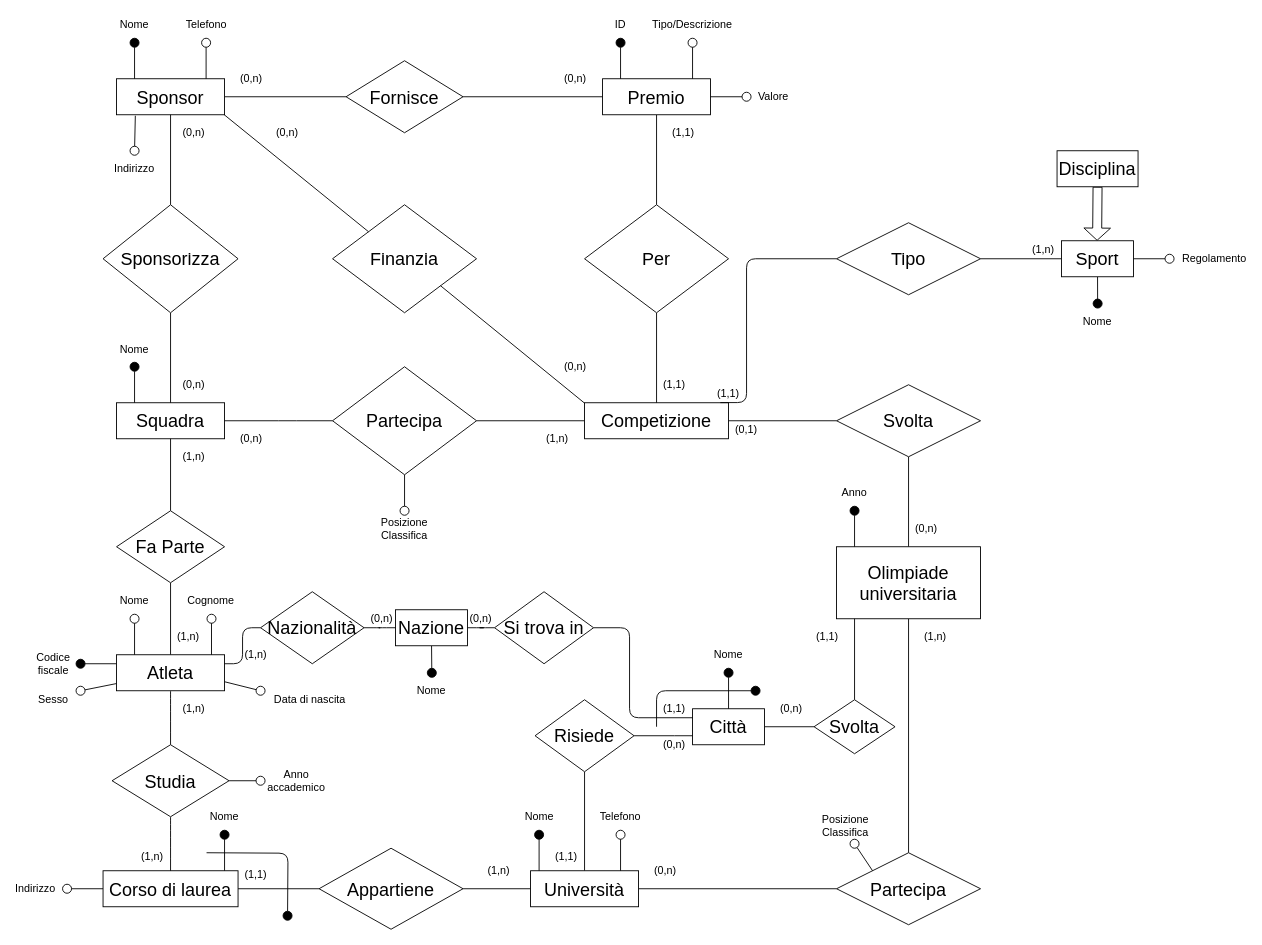
The draw.io diagram page "Schema E-R" (1 of 3) of Olimpiadi studentesche.drawio in giovannivelludo/database-project, before the edit. Source tidied: cells renumbered, new cells numbered last; positions are measured from the earlier drawing's top-left corner, leaving out a move shared by most shapes. Both pictures are drawn from the tidied source at 90%, with x=0, y=0 at pixel (17, 15).
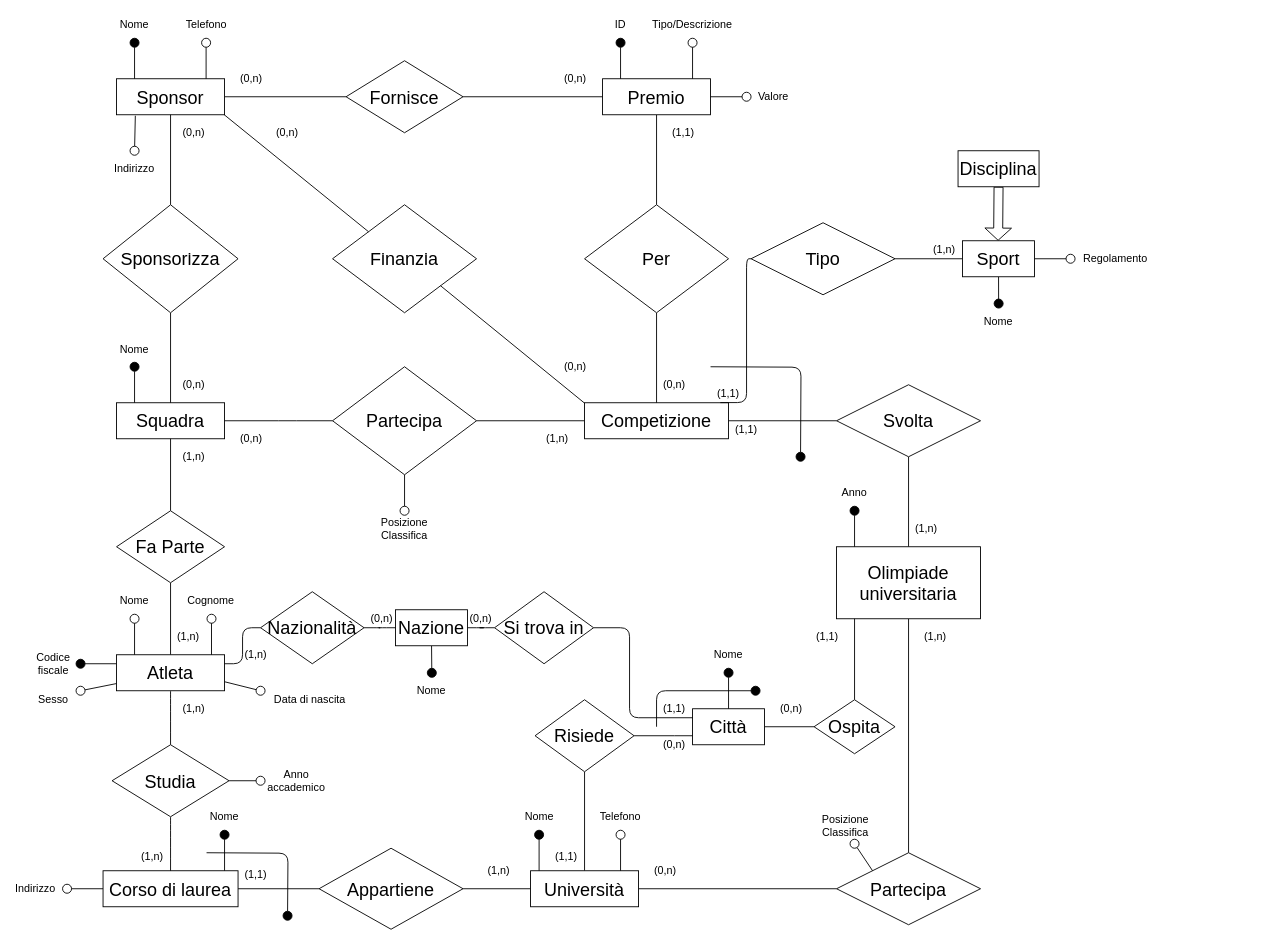
The same page after the edit.

Commit message:
Competizione è identificata da Sport e Olimpiade

Change to the diagram source:
```diff
@@
     <mxCell id="2" style="shape=flexArrow;endArrow=classic;html=1;endWidth=18.57142857142857;endSize=4.190476190476191;" parent="1" edge="1">
       <mxGeometry relative="1" as="geometry">
-        <mxPoint x="1200" y="190" as="sourcePoint" />
-        <mxPoint x="1199.5" y="250" as="targetPoint" />
+        <mxPoint x="1090" y="190" as="sourcePoint" />
+        <mxPoint x="1089.5" y="250" as="targetPoint" />
       </mxGeometry>
     </mxCell>
@@
     <mxCell id="10" style="edgeStyle=orthogonalEdgeStyle;rounded=1;jettySize=auto;html=1;exitX=0.5;exitY=1;exitDx=0;exitDy=0;endArrow=oval;endFill=1;endSize=10;" parent="1" edge="1" source="11">
       <mxGeometry relative="1" as="geometry">
-        <mxPoint x="1200.1" y="319.8" as="targetPoint" />
+        <mxPoint x="1090.1" y="319.8" as="targetPoint" />
       </mxGeometry>
     </mxCell>
     <mxCell id="11" value="Sport" style="rounded=0;whiteSpace=wrap;html=1;fontSize=20;" parent="1" vertex="1">
-      <mxGeometry x="1160" y="250" width="80" height="40" as="geometry" />
+      <mxGeometry x="1050" y="250" width="80" height="40" as="geometry" />
     </mxCell>
@@
-    <mxCell id="40" value="(0,1)" style="text;html=1;strokeColor=none;fillColor=none;align=center;verticalAlign=middle;whiteSpace=wrap;rounded=0;" parent="1" vertex="1">
+    <mxCell id="40" value="&lt;div&gt;(1,1)&lt;/div&gt;" style="text;html=1;strokeColor=none;fillColor=none;align=center;verticalAlign=middle;whiteSpace=wrap;rounded=0;" parent="1" vertex="1">
       <mxGeometry x="790" y="450" width="40" height="20" as="geometry" />
     </mxCell>
-    <mxCell id="41" value="(0,n)" style="text;html=1;strokeColor=none;fillColor=none;align=center;verticalAlign=middle;whiteSpace=wrap;rounded=0;" parent="1" vertex="1">
+    <mxCell id="41" value="(1,n)" style="text;html=1;strokeColor=none;fillColor=none;align=center;verticalAlign=middle;whiteSpace=wrap;rounded=0;" parent="1" vertex="1">
       <mxGeometry x="990" y="560" width="40" height="20" as="geometry" />
     </mxCell>
@@
-    <mxCell id="53" value="(1,1)" style="text;html=1;strokeColor=none;fillColor=none;align=center;verticalAlign=middle;whiteSpace=wrap;rounded=0;shadow=0;glass=0;comic=0;fontSize=12;" parent="1" vertex="1">
+    <mxCell id="53" value="(0,n)" style="text;html=1;strokeColor=none;fillColor=none;align=center;verticalAlign=middle;whiteSpace=wrap;rounded=0;shadow=0;glass=0;comic=0;fontSize=12;" parent="1" vertex="1">
       <mxGeometry x="710" y="400" width="40" height="20" as="geometry" />
     </mxCell>
@@
     <mxCell id="90" style="endArrow=oval;html=1;endFill=0;endSize=10;exitX=1;exitY=0.5;exitDx=0;exitDy=0;" parent="1" edge="1" source="11">
       <mxGeometry relative="1" as="geometry">
-        <mxPoint x="1280" y="270" as="targetPoint" />
+        <mxPoint x="1170" y="270" as="targetPoint" />
       </mxGeometry>
     </mxCell>
     <mxCell id="91" value="Regolamento" style="text;html=1;strokeColor=none;fillColor=none;align=center;verticalAlign=middle;whiteSpace=wrap;rounded=0;" parent="1" vertex="1">
-      <mxGeometry x="1310" y="260" width="40" height="20" as="geometry" />
+      <mxGeometry x="1200" y="260" width="40" height="20" as="geometry" />
     </mxCell>
@@
-    <mxCell id="108" value="&lt;font style=&quot;font-size: 20px&quot;&gt;Svolta&lt;/font&gt;" style="rhombus;whiteSpace=wrap;html=1;" parent="1" vertex="1">
+    <mxCell id="108" value="&lt;font style=&quot;font-size: 20px&quot;&gt;Ospita&lt;/font&gt;" style="rhombus;whiteSpace=wrap;html=1;" parent="1" vertex="1">
       <mxGeometry x="885" y="760" width="90" height="60" as="geometry" />
     </mxCell>
@@
     <mxCell id="135" value="&lt;div&gt;Tipo&lt;/div&gt;" style="rhombus;whiteSpace=wrap;html=1;fontSize=20;" parent="1" vertex="1">
-      <mxGeometry x="910" y="230" width="160" height="80" as="geometry" />
+      <mxGeometry x="815" y="230" width="160" height="80" as="geometry" />
     </mxCell>
     <mxCell id="136" value="Nome" style="text;html=1;strokeColor=none;fillColor=none;align=center;verticalAlign=middle;whiteSpace=wrap;rounded=0;" parent="1" vertex="1">
-      <mxGeometry x="1180" y="330" width="40" height="20" as="geometry" />
+      <mxGeometry x="1070" y="330" width="40" height="20" as="geometry" />
     </mxCell>
     <mxCell id="137" value="Disciplina" style="rounded=0;whiteSpace=wrap;html=1;fontSize=20;" parent="1" vertex="1">
-      <mxGeometry x="1155" y="150" width="90" height="40" as="geometry" />
+      <mxGeometry x="1045" y="150" width="90" height="40" as="geometry" />
     </mxCell>
@@
     <mxCell id="139" value="(1,n)" style="text;html=1;strokeColor=none;fillColor=none;align=center;verticalAlign=middle;whiteSpace=wrap;rounded=0;shadow=0;glass=0;comic=0;fontSize=12;" parent="1" vertex="1">
-      <mxGeometry x="1120" y="250" width="40" height="20" as="geometry" />
+      <mxGeometry x="1010" y="250" width="40" height="20" as="geometry" />
     </mxCell>
+    <mxCell id="140" style="endArrow=oval;html=1;strokeColor=#000000;strokeWidth=1;edgeStyle=orthogonalEdgeStyle;endFill=1;endSize=10;" parent="1" edge="1">
+      <mxGeometry relative="1" as="geometry">
+        <mxPoint x="770" y="390" as="sourcePoint" />
+        <mxPoint x="870" y="490" as="targetPoint" />
+      </mxGeometry>
+    </mxCell>
```
